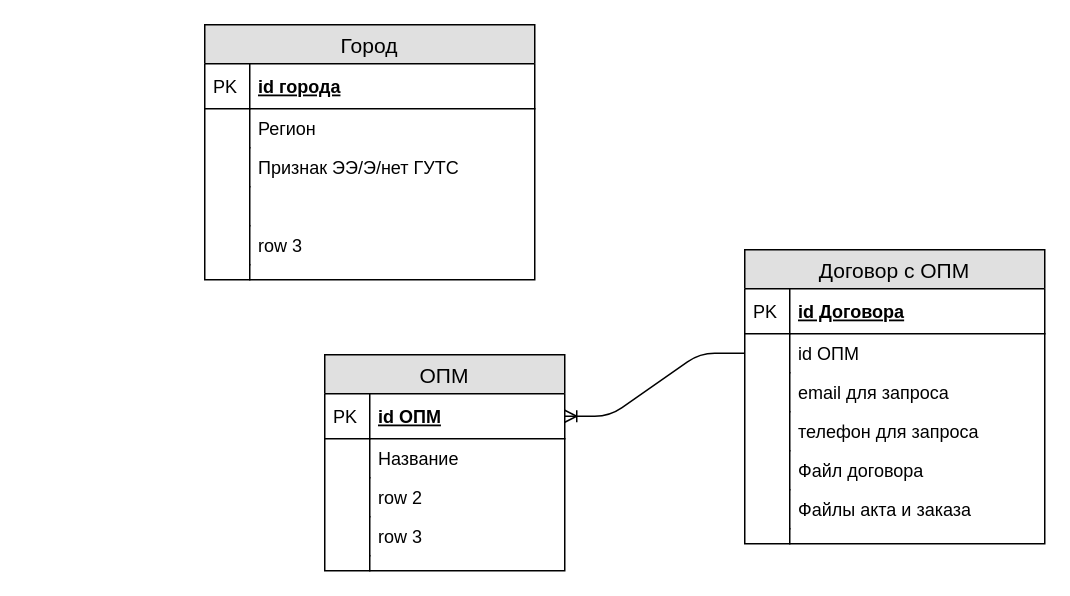
This is operators.drawio from slavakourov/operators, a draw.io file, before an edit. Source tidied: cells renumbered, new cells numbered last; positions are measured from the earlier drawing's top-left corner, leaving out a move shared by most shapes. Both pictures are drawn from the tidied source at 150%, with x=0, y=0 at pixel (204, 24).
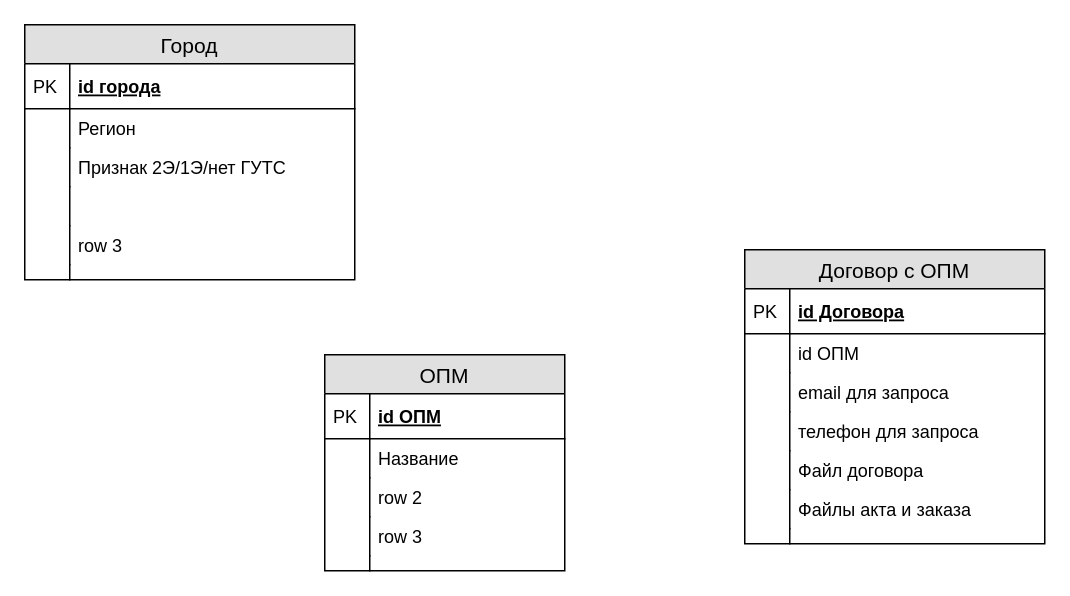
The same page after the edit.

Unchanged cells that the change refers to:
```xml
<mxCell id="3" value="id ОПМ" style="shape=partialRectangle;top=0;left=0;right=0;bottom=1;align=left;verticalAlign=middle;fillColor=none;spacingLeft=34;spacingRight=4;overflow=hidden;points=[[0,0.5],[1,0.5]];portConstraint=eastwest;fontStyle=5;fontSize=12;" parent="2" vertex="1">
  <mxGeometry y="26" width="160" height="30" as="geometry" />
</mxCell>
<mxCell id="16" value="id ОПМ" style="shape=partialRectangle;top=0;left=0;right=0;bottom=0;align=left;verticalAlign=top;fillColor=none;spacingLeft=34;spacingRight=4;overflow=hidden;points=[[0,0.5],[1,0.5]];portConstraint=eastwest;fontSize=12;" parent="13" vertex="1">
  <mxGeometry y="56" width="200" height="26" as="geometry" />
</mxCell>
```

Diff of the diagram source:
```diff
@@
-    <mxCell id="28" style="edgeStyle=entityRelationEdgeStyle;fontSize=12;html=1;endArrow=ERoneToMany;" parent="1" edge="1" source="16" target="3">
-      <mxGeometry relative="1" as="geometry" />
-    </mxCell>
     <mxCell id="29" value="Город" style="swimlane;fontStyle=0;horizontal=1;startSize=26;fillColor=#e0e0e0;swimlaneFillColor=#ffffff;align=center;fontSize=14;" parent="1" vertex="1">
-      <mxGeometry width="220" height="170" as="geometry" />
+      <mxGeometry x="-120" width="220" height="170" as="geometry" />
     </mxCell>
@@
-    <mxCell id="34" value="Признак ЭЭ/Э/нет ГУТС" style="shape=partialRectangle;top=0;left=0;right=0;bottom=0;align=left;verticalAlign=top;fillColor=none;spacingLeft=34;spacingRight=4;overflow=hidden;fontSize=12;" parent="29" vertex="1">
+    <mxCell id="34" value="Признак 2Э/1Э/нет ГУТС" style="shape=partialRectangle;top=0;left=0;right=0;bottom=0;align=left;verticalAlign=top;fillColor=none;spacingLeft=34;spacingRight=4;overflow=hidden;fontSize=12;" parent="29" vertex="1">
       <mxGeometry y="82" width="220" height="26" as="geometry" />
     </mxCell>
```
